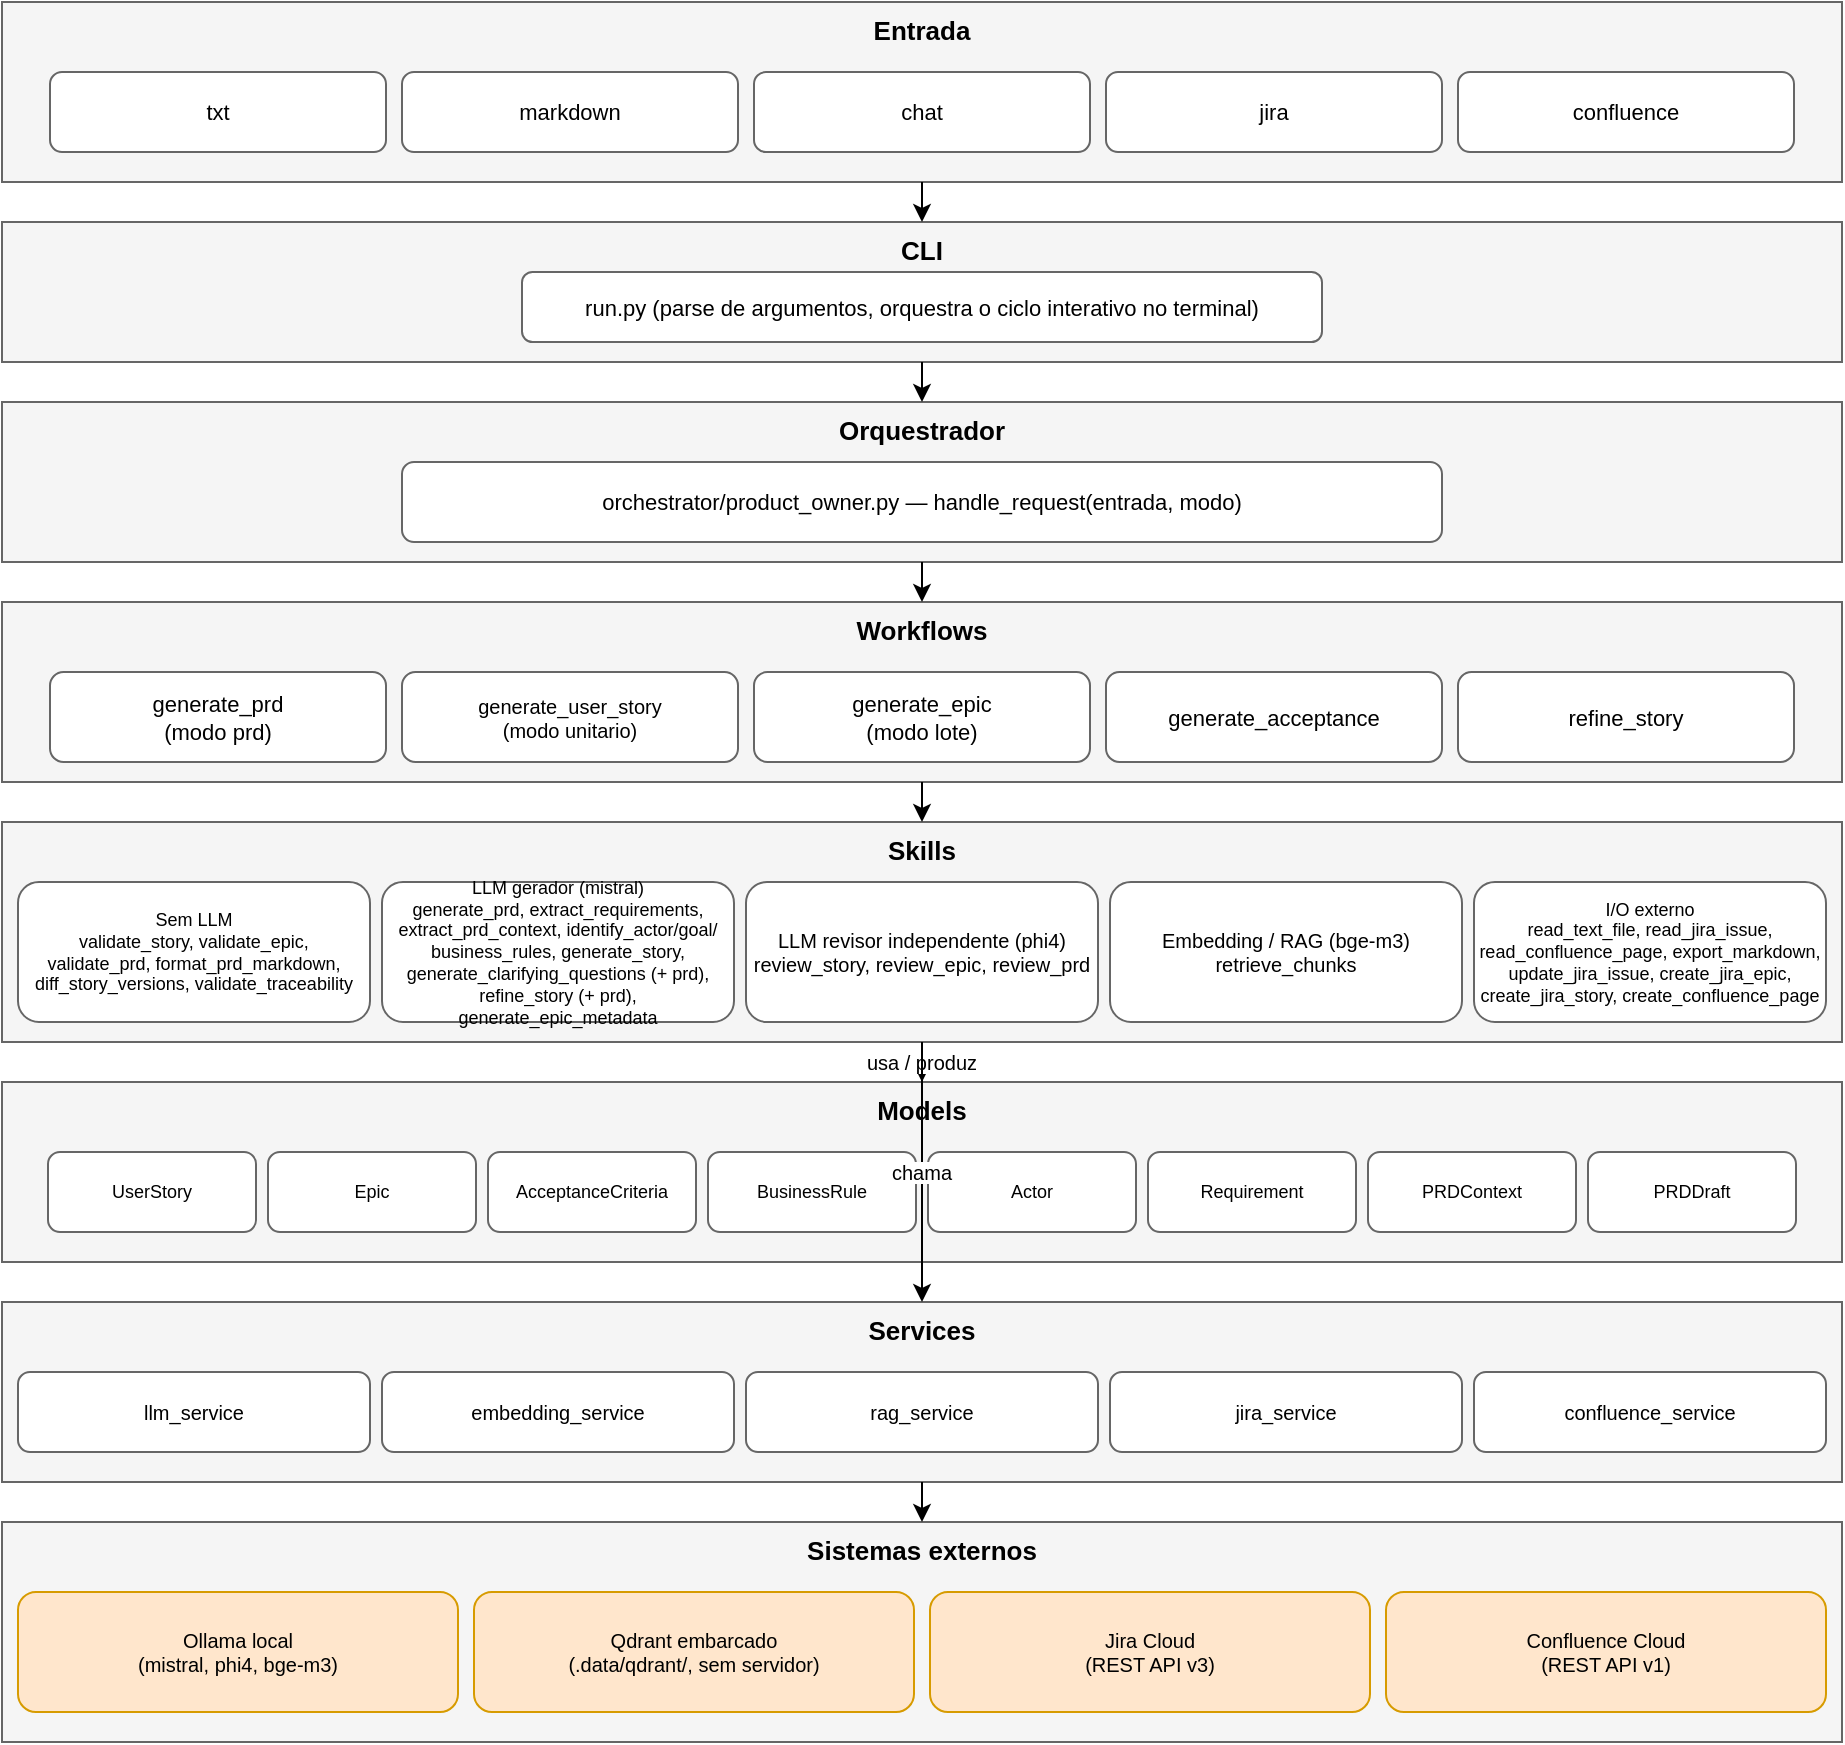
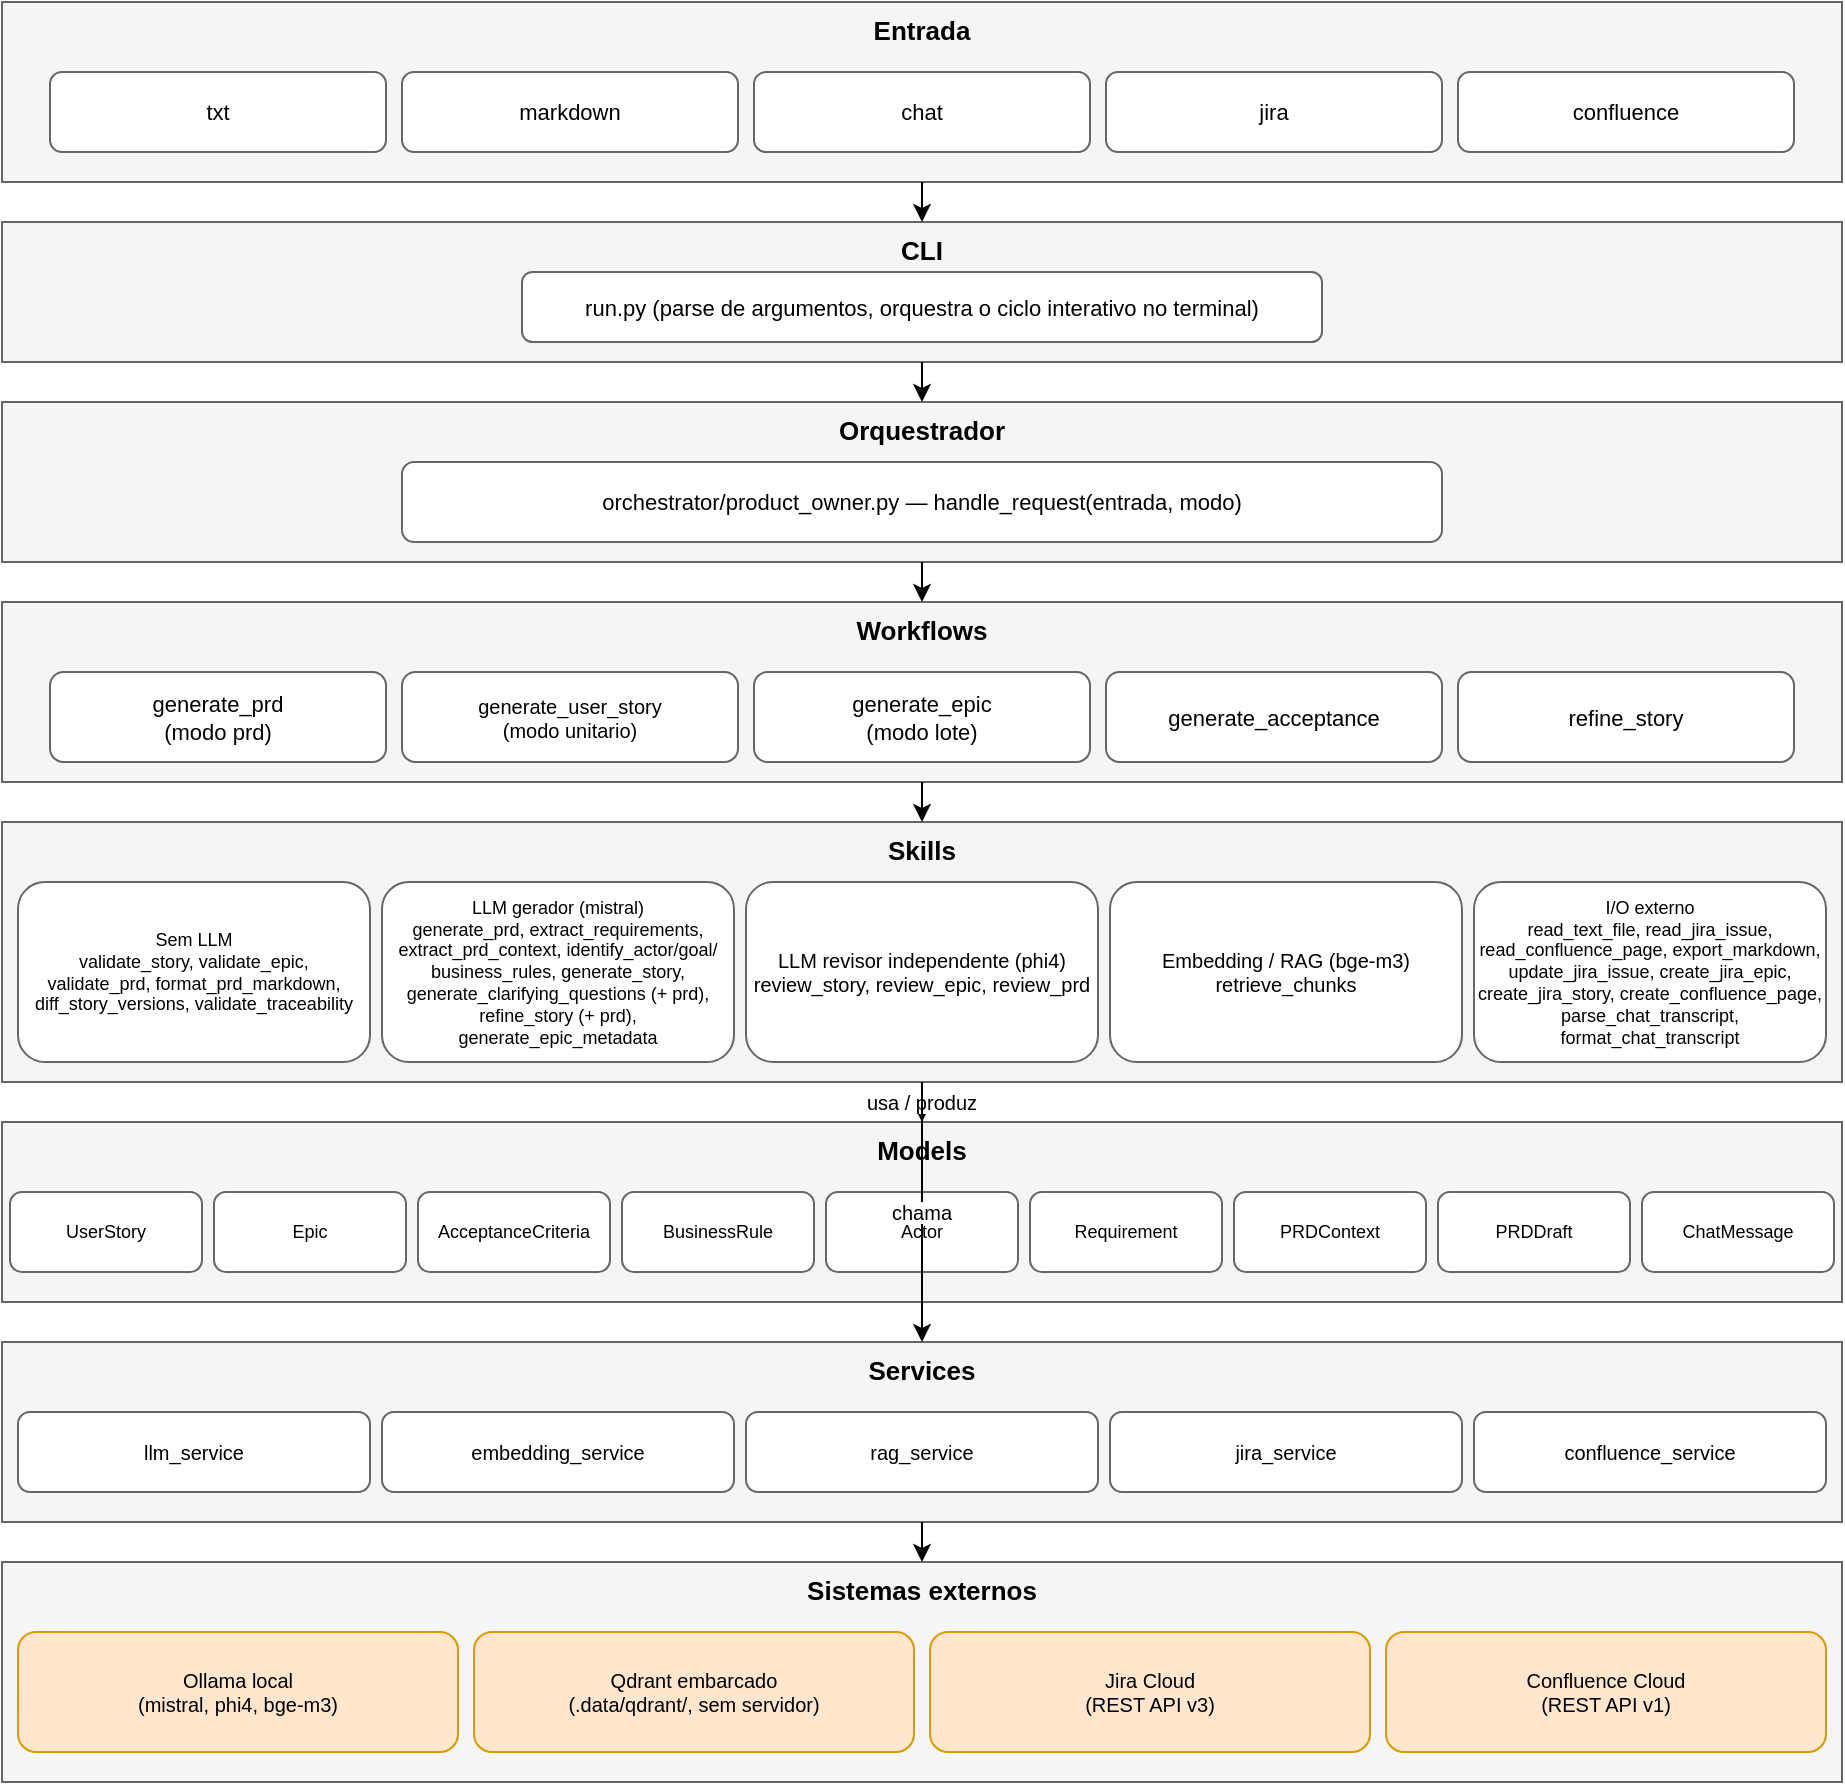
<?xml version="1.0" encoding="UTF-8"?>
<mxfile host="app.diagrams.net" agent="AQuA-QE Product Owner" version="24.0.0" type="device">
  <diagram id="camadas" name="1 - Arquitetura em camadas">
-     <mxGraphModel dx="1200" dy="800" grid="1" gridSize="10" guides="1" tooltips="1" connect="1" arrows="1" fold="1" page="1" pageScale="1" pageWidth="1000" pageHeight="950" math="0" shadow="0">
+     <mxGraphModel dx="1200" dy="800" grid="1" gridSize="10" guides="1" tooltips="1" connect="1" arrows="1" fold="1" page="1" pageScale="1" pageWidth="1000" pageHeight="970" math="0" shadow="0">
      <root>
        <mxCell id="0" />
        <mxCell id="1" parent="0" />

        <mxCell id="bandEntrada" value="Entrada" style="rounded=0;whiteSpace=wrap;fillColor=#f5f5f5;strokeColor=#666666;verticalAlign=top;fontSize=13;fontStyle=1;container=1;collapsible=0;" vertex="1" parent="1">
          <mxGeometry x="40" y="40" width="920" height="90" as="geometry" />
        </mxCell>
        <mxCell id="ent1" value="txt" style="rounded=1;whiteSpace=wrap;fillColor=#ffffff;strokeColor=#666666;fontSize=11;" vertex="1" parent="bandEntrada">
          <mxGeometry x="24" y="35" width="168" height="40" as="geometry" />
        </mxCell>
        <mxCell id="ent2" value="markdown" style="rounded=1;whiteSpace=wrap;fillColor=#ffffff;strokeColor=#666666;fontSize=11;" vertex="1" parent="bandEntrada">
          <mxGeometry x="200" y="35" width="168" height="40" as="geometry" />
        </mxCell>
        <mxCell id="ent3" value="chat" style="rounded=1;whiteSpace=wrap;fillColor=#ffffff;strokeColor=#666666;fontSize=11;" vertex="1" parent="bandEntrada">
          <mxGeometry x="376" y="35" width="168" height="40" as="geometry" />
        </mxCell>
        <mxCell id="ent4" value="jira" style="rounded=1;whiteSpace=wrap;fillColor=#ffffff;strokeColor=#666666;fontSize=11;" vertex="1" parent="bandEntrada">
          <mxGeometry x="552" y="35" width="168" height="40" as="geometry" />
        </mxCell>
        <mxCell id="ent5" value="confluence" style="rounded=1;whiteSpace=wrap;fillColor=#ffffff;strokeColor=#666666;fontSize=11;" vertex="1" parent="bandEntrada">
          <mxGeometry x="728" y="35" width="168" height="40" as="geometry" />
        </mxCell>

        <mxCell id="bandCLI" value="CLI" style="rounded=0;whiteSpace=wrap;fillColor=#f5f5f5;strokeColor=#666666;verticalAlign=top;fontSize=13;fontStyle=1;container=1;collapsible=0;" vertex="1" parent="1">
          <mxGeometry x="40" y="150" width="920" height="70" as="geometry" />
        </mxCell>
        <mxCell id="cli1" value="run.py (parse de argumentos, orquestra o ciclo interativo no terminal)" style="rounded=1;whiteSpace=wrap;fillColor=#ffffff;strokeColor=#666666;fontSize=11;" vertex="1" parent="bandCLI">
          <mxGeometry x="260" y="25" width="400" height="35" as="geometry" />
        </mxCell>

        <mxCell id="bandOrq" value="Orquestrador" style="rounded=0;whiteSpace=wrap;fillColor=#f5f5f5;strokeColor=#666666;verticalAlign=top;fontSize=13;fontStyle=1;container=1;collapsible=0;" vertex="1" parent="1">
          <mxGeometry x="40" y="240" width="920" height="80" as="geometry" />
        </mxCell>
        <mxCell id="orq1" value="orchestrator/product_owner.py — handle_request(entrada, modo)" style="rounded=1;whiteSpace=wrap;fillColor=#ffffff;strokeColor=#666666;fontSize=11;" vertex="1" parent="bandOrq">
          <mxGeometry x="200" y="30" width="520" height="40" as="geometry" />
        </mxCell>

        <mxCell id="bandWorkflows" value="Workflows" style="rounded=0;whiteSpace=wrap;fillColor=#f5f5f5;strokeColor=#666666;verticalAlign=top;fontSize=13;fontStyle=1;container=1;collapsible=0;" vertex="1" parent="1">
          <mxGeometry x="40" y="340" width="920" height="90" as="geometry" />
        </mxCell>
        <mxCell id="wf0" value="generate_prd&#10;(modo prd)" style="rounded=1;whiteSpace=wrap;fillColor=#ffffff;strokeColor=#666666;fontSize=11;" vertex="1" parent="bandWorkflows">
          <mxGeometry x="24" y="35" width="168" height="45" as="geometry" />
        </mxCell>
        <mxCell id="wf1" value="generate_user_story&#10;(modo unitario)" style="rounded=1;whiteSpace=wrap;fillColor=#ffffff;strokeColor=#666666;fontSize=10;" vertex="1" parent="bandWorkflows">
          <mxGeometry x="200" y="35" width="168" height="45" as="geometry" />
        </mxCell>
        <mxCell id="wf2" value="generate_epic&#10;(modo lote)" style="rounded=1;whiteSpace=wrap;fillColor=#ffffff;strokeColor=#666666;fontSize=11;" vertex="1" parent="bandWorkflows">
          <mxGeometry x="376" y="35" width="168" height="45" as="geometry" />
        </mxCell>
        <mxCell id="wf3" value="generate_acceptance" style="rounded=1;whiteSpace=wrap;fillColor=#ffffff;strokeColor=#666666;fontSize=11;" vertex="1" parent="bandWorkflows">
          <mxGeometry x="552" y="35" width="168" height="45" as="geometry" />
        </mxCell>
        <mxCell id="wf4" value="refine_story" style="rounded=1;whiteSpace=wrap;fillColor=#ffffff;strokeColor=#666666;fontSize=11;" vertex="1" parent="bandWorkflows">
          <mxGeometry x="728" y="35" width="168" height="45" as="geometry" />
        </mxCell>

        <mxCell id="bandSkills" value="Skills" style="rounded=0;whiteSpace=wrap;fillColor=#f5f5f5;strokeColor=#666666;verticalAlign=top;fontSize=13;fontStyle=1;container=1;collapsible=0;" vertex="1" parent="1">
-           <mxGeometry x="40" y="450" width="920" height="110" as="geometry" />
+           <mxGeometry x="40" y="450" width="920" height="130" as="geometry" />
        </mxCell>
        <mxCell id="sk1" value="Sem LLM&#10;validate_story, validate_epic,&#10;validate_prd, format_prd_markdown,&#10;diff_story_versions, validate_traceability" style="rounded=1;whiteSpace=wrap;fillColor=#ffffff;strokeColor=#666666;fontSize=9;" vertex="1" parent="bandSkills">
-           <mxGeometry x="8" y="30" width="176" height="70" as="geometry" />
+           <mxGeometry x="8" y="30" width="176" height="90" as="geometry" />
        </mxCell>
        <mxCell id="sk2" value="LLM gerador (mistral)&#10;generate_prd, extract_requirements,&#10;extract_prd_context, identify_actor/goal/&#10;business_rules, generate_story,&#10;generate_clarifying_questions (+ prd),&#10;refine_story (+ prd), generate_epic_metadata" style="rounded=1;whiteSpace=wrap;fillColor=#ffffff;strokeColor=#666666;fontSize=9;" vertex="1" parent="bandSkills">
-           <mxGeometry x="190" y="30" width="176" height="70" as="geometry" />
+           <mxGeometry x="190" y="30" width="176" height="90" as="geometry" />
        </mxCell>
        <mxCell id="sk3" value="LLM revisor independente (phi4)&#10;review_story, review_epic, review_prd" style="rounded=1;whiteSpace=wrap;fillColor=#ffffff;strokeColor=#666666;fontSize=10;" vertex="1" parent="bandSkills">
-           <mxGeometry x="372" y="30" width="176" height="70" as="geometry" />
+           <mxGeometry x="372" y="30" width="176" height="90" as="geometry" />
        </mxCell>
        <mxCell id="sk4" value="Embedding / RAG (bge-m3)&#10;retrieve_chunks" style="rounded=1;whiteSpace=wrap;fillColor=#ffffff;strokeColor=#666666;fontSize=10;" vertex="1" parent="bandSkills">
-           <mxGeometry x="554" y="30" width="176" height="70" as="geometry" />
-         </mxCell>
-         <mxCell id="sk5" value="I/O externo&#10;read_text_file, read_jira_issue,&#10;read_confluence_page, export_markdown,&#10;update_jira_issue, create_jira_epic,&#10;create_jira_story, create_confluence_page" style="rounded=1;whiteSpace=wrap;fillColor=#ffffff;strokeColor=#666666;fontSize=9;" vertex="1" parent="bandSkills">
-           <mxGeometry x="736" y="30" width="176" height="70" as="geometry" />
+           <mxGeometry x="554" y="30" width="176" height="90" as="geometry" />
+         </mxCell>
+         <mxCell id="sk5" value="I/O externo&#10;read_text_file, read_jira_issue,&#10;read_confluence_page, export_markdown,&#10;update_jira_issue, create_jira_epic,&#10;create_jira_story, create_confluence_page,&#10;parse_chat_transcript, format_chat_transcript" style="rounded=1;whiteSpace=wrap;fillColor=#ffffff;strokeColor=#666666;fontSize=9;" vertex="1" parent="bandSkills">
+           <mxGeometry x="736" y="30" width="176" height="90" as="geometry" />
        </mxCell>

        <mxCell id="bandModels" value="Models" style="rounded=0;whiteSpace=wrap;fillColor=#f5f5f5;strokeColor=#666666;verticalAlign=top;fontSize=13;fontStyle=1;container=1;collapsible=0;" vertex="1" parent="1">
-           <mxGeometry x="40" y="580" width="920" height="90" as="geometry" />
+           <mxGeometry x="40" y="600" width="920" height="90" as="geometry" />
        </mxCell>
        <mxCell id="mdl1" value="UserStory" style="rounded=1;whiteSpace=wrap;fillColor=#ffffff;strokeColor=#666666;fontSize=9;" vertex="1" parent="bandModels">
-           <mxGeometry x="23" y="35" width="104" height="40" as="geometry" />
+           <mxGeometry x="4" y="35" width="96" height="40" as="geometry" />
        </mxCell>
        <mxCell id="mdl2" value="Epic" style="rounded=1;whiteSpace=wrap;fillColor=#ffffff;strokeColor=#666666;fontSize=9;" vertex="1" parent="bandModels">
-           <mxGeometry x="133" y="35" width="104" height="40" as="geometry" />
+           <mxGeometry x="106" y="35" width="96" height="40" as="geometry" />
        </mxCell>
        <mxCell id="mdl3" value="AcceptanceCriteria" style="rounded=1;whiteSpace=wrap;fillColor=#ffffff;strokeColor=#666666;fontSize=9;" vertex="1" parent="bandModels">
-           <mxGeometry x="243" y="35" width="104" height="40" as="geometry" />
+           <mxGeometry x="208" y="35" width="96" height="40" as="geometry" />
        </mxCell>
        <mxCell id="mdl4" value="BusinessRule" style="rounded=1;whiteSpace=wrap;fillColor=#ffffff;strokeColor=#666666;fontSize=9;" vertex="1" parent="bandModels">
-           <mxGeometry x="353" y="35" width="104" height="40" as="geometry" />
+           <mxGeometry x="310" y="35" width="96" height="40" as="geometry" />
        </mxCell>
        <mxCell id="mdl5" value="Actor" style="rounded=1;whiteSpace=wrap;fillColor=#ffffff;strokeColor=#666666;fontSize=9;" vertex="1" parent="bandModels">
-           <mxGeometry x="463" y="35" width="104" height="40" as="geometry" />
+           <mxGeometry x="412" y="35" width="96" height="40" as="geometry" />
        </mxCell>
        <mxCell id="mdl6" value="Requirement" style="rounded=1;whiteSpace=wrap;fillColor=#ffffff;strokeColor=#666666;fontSize=9;" vertex="1" parent="bandModels">
-           <mxGeometry x="573" y="35" width="104" height="40" as="geometry" />
+           <mxGeometry x="514" y="35" width="96" height="40" as="geometry" />
+         </mxCell>
+         <mxCell id="mdl7" value="PRDContext" style="rounded=1;whiteSpace=wrap;fillColor=#ffffff;strokeColor=#666666;fontSize=9;" vertex="1" parent="bandModels">
+           <mxGeometry x="616" y="35" width="96" height="40" as="geometry" />
        </mxCell>
        <mxCell id="mdl8" value="PRDDraft" style="rounded=1;whiteSpace=wrap;fillColor=#ffffff;strokeColor=#666666;fontSize=9;" vertex="1" parent="bandModels">
-           <mxGeometry x="793" y="35" width="104" height="40" as="geometry" />
-         </mxCell>
-         <mxCell id="mdl7" value="PRDContext" style="rounded=1;whiteSpace=wrap;fillColor=#ffffff;strokeColor=#666666;fontSize=9;" vertex="1" parent="bandModels">
-           <mxGeometry x="683" y="35" width="104" height="40" as="geometry" />
+           <mxGeometry x="718" y="35" width="96" height="40" as="geometry" />
+         </mxCell>
+         <mxCell id="mdl9" value="ChatMessage" style="rounded=1;whiteSpace=wrap;fillColor=#ffffff;strokeColor=#666666;fontSize=9;" vertex="1" parent="bandModels">
+           <mxGeometry x="820" y="35" width="96" height="40" as="geometry" />
        </mxCell>

        <mxCell id="bandServices" value="Services" style="rounded=0;whiteSpace=wrap;fillColor=#f5f5f5;strokeColor=#666666;verticalAlign=top;fontSize=13;fontStyle=1;container=1;collapsible=0;" vertex="1" parent="1">
-           <mxGeometry x="40" y="690" width="920" height="90" as="geometry" />
+           <mxGeometry x="40" y="710" width="920" height="90" as="geometry" />
        </mxCell>
        <mxCell id="svc1" value="llm_service" style="rounded=1;whiteSpace=wrap;fillColor=#ffffff;strokeColor=#666666;fontSize=10;" vertex="1" parent="bandServices">
          <mxGeometry x="8" y="35" width="176" height="40" as="geometry" />
        </mxCell>
        <mxCell id="svc2" value="embedding_service" style="rounded=1;whiteSpace=wrap;fillColor=#ffffff;strokeColor=#666666;fontSize=10;" vertex="1" parent="bandServices">
          <mxGeometry x="190" y="35" width="176" height="40" as="geometry" />
        </mxCell>
        <mxCell id="svc3" value="rag_service" style="rounded=1;whiteSpace=wrap;fillColor=#ffffff;strokeColor=#666666;fontSize=10;" vertex="1" parent="bandServices">
          <mxGeometry x="372" y="35" width="176" height="40" as="geometry" />
        </mxCell>
        <mxCell id="svc4" value="jira_service" style="rounded=1;whiteSpace=wrap;fillColor=#ffffff;strokeColor=#666666;fontSize=10;" vertex="1" parent="bandServices">
          <mxGeometry x="554" y="35" width="176" height="40" as="geometry" />
        </mxCell>
        <mxCell id="svc5" value="confluence_service" style="rounded=1;whiteSpace=wrap;fillColor=#ffffff;strokeColor=#666666;fontSize=10;" vertex="1" parent="bandServices">
          <mxGeometry x="736" y="35" width="176" height="40" as="geometry" />
        </mxCell>

        <mxCell id="bandExternos" value="Sistemas externos" style="rounded=0;whiteSpace=wrap;fillColor=#f5f5f5;strokeColor=#666666;verticalAlign=top;fontSize=13;fontStyle=1;container=1;collapsible=0;" vertex="1" parent="1">
-           <mxGeometry x="40" y="800" width="920" height="110" as="geometry" />
+           <mxGeometry x="40" y="820" width="920" height="110" as="geometry" />
        </mxCell>
        <mxCell id="ext1" value="Ollama local&#10;(mistral, phi4, bge-m3)" style="rounded=1;whiteSpace=wrap;fillColor=#ffe6cc;strokeColor=#d79b00;fontSize=10;" vertex="1" parent="bandExternos">
          <mxGeometry x="8" y="35" width="220" height="60" as="geometry" />
        </mxCell>
        <mxCell id="ext2" value="Qdrant embarcado&#10;(.data/qdrant/, sem servidor)" style="rounded=1;whiteSpace=wrap;fillColor=#ffe6cc;strokeColor=#d79b00;fontSize=10;" vertex="1" parent="bandExternos">
          <mxGeometry x="236" y="35" width="220" height="60" as="geometry" />
        </mxCell>
        <mxCell id="ext3" value="Jira Cloud&#10;(REST API v3)" style="rounded=1;whiteSpace=wrap;fillColor=#ffe6cc;strokeColor=#d79b00;fontSize=10;" vertex="1" parent="bandExternos">
          <mxGeometry x="464" y="35" width="220" height="60" as="geometry" />
        </mxCell>
        <mxCell id="ext4" value="Confluence Cloud&#10;(REST API v1)" style="rounded=1;whiteSpace=wrap;fillColor=#ffe6cc;strokeColor=#d79b00;fontSize=10;" vertex="1" parent="bandExternos">
          <mxGeometry x="692" y="35" width="220" height="60" as="geometry" />
        </mxCell>

        <mxCell id="e1" style="edgeStyle=orthogonalEdgeStyle;rounded=0;" edge="1" parent="1" source="bandEntrada" target="bandCLI"><mxGeometry relative="1" as="geometry" /></mxCell>
        <mxCell id="e2" style="edgeStyle=orthogonalEdgeStyle;rounded=0;" edge="1" parent="1" source="bandCLI" target="bandOrq"><mxGeometry relative="1" as="geometry" /></mxCell>
        <mxCell id="e3" style="edgeStyle=orthogonalEdgeStyle;rounded=0;" edge="1" parent="1" source="bandOrq" target="bandWorkflows"><mxGeometry relative="1" as="geometry" /></mxCell>
        <mxCell id="e4" style="edgeStyle=orthogonalEdgeStyle;rounded=0;" edge="1" parent="1" source="bandWorkflows" target="bandSkills"><mxGeometry relative="1" as="geometry" /></mxCell>
        <mxCell id="e5" value="usa / produz" style="edgeStyle=orthogonalEdgeStyle;rounded=0;fontSize=10;" edge="1" parent="1" source="bandSkills" target="bandModels"><mxGeometry relative="1" as="geometry" /></mxCell>
        <mxCell id="e6" value="chama" style="edgeStyle=orthogonalEdgeStyle;rounded=0;fontSize=10;" edge="1" parent="1" source="bandSkills" target="bandServices"><mxGeometry relative="1" as="geometry" /></mxCell>
        <mxCell id="e7" style="edgeStyle=orthogonalEdgeStyle;rounded=0;" edge="1" parent="1" source="bandServices" target="bandExternos"><mxGeometry relative="1" as="geometry" /></mxCell>
      </root>
    </mxGraphModel>
  </diagram>

  <diagram id="fluxounitario" name="2 - Fluxo modo unitario">
    <mxGraphModel dx="1200" dy="800" grid="1" gridSize="10" guides="1" tooltips="1" connect="1" arrows="1" fold="1" page="1" pageScale="1" pageWidth="1100" pageHeight="1460" math="0" shadow="0">
      <root>
        <mxCell id="0" />
        <mxCell id="1" parent="0" />

        <mxCell id="u_n1" value="Entrada&#10;(.txt/.md, chat ou ticket Jira)" style="ellipse;whiteSpace=wrap;fillColor=#d5e8d4;strokeColor=#82b366;fontSize=12;" vertex="1" parent="1">
          <mxGeometry x="380" y="40" width="300" height="60" as="geometry" />
        </mxCell>
        <mxCell id="u_n2" value="read_text_file / read_jira_issue" style="rounded=1;whiteSpace=wrap;fillColor=#dae8fc;strokeColor=#6c8ebf;fontSize=12;" vertex="1" parent="1">
          <mxGeometry x="380" y="130" width="300" height="50" as="geometry" />
        </mxCell>
        <mxCell id="u_n3" value="extract_requirements" style="rounded=1;whiteSpace=wrap;fillColor=#dae8fc;strokeColor=#6c8ebf;fontSize=12;" vertex="1" parent="1">
          <mxGeometry x="380" y="210" width="300" height="50" as="geometry" />
        </mxCell>
        <mxCell id="u_n4" value="retrieve_chunks (opcional)&#10;RAG sobre knowledge/methodology/" style="rounded=1;whiteSpace=wrap;fillColor=#f5f5f5;strokeColor=#666666;dashed=1;fontSize=11;" vertex="1" parent="1">
          <mxGeometry x="380" y="290" width="300" height="50" as="geometry" />
        </mxCell>
        <mxCell id="u_n5" value="identify_actor / identify_goal /&#10;identify_business_rules" style="rounded=1;whiteSpace=wrap;fillColor=#dae8fc;strokeColor=#6c8ebf;fontSize=12;" vertex="1" parent="1">
          <mxGeometry x="380" y="370" width="300" height="60" as="geometry" />
        </mxCell>
        <mxCell id="u_n6" value="generate_story (LLM gerador - mistral)" style="rounded=1;whiteSpace=wrap;fillColor=#dae8fc;strokeColor=#6c8ebf;fontSize=12;" vertex="1" parent="1">
          <mxGeometry x="380" y="460" width="300" height="50" as="geometry" />
        </mxCell>
        <mxCell id="u_d1" value="validate_story:&#10;passa no checklist&#10;INVEST/DoR?" style="rhombus;whiteSpace=wrap;fillColor=#ffe6cc;strokeColor=#d79b00;fontSize=12;" vertex="1" parent="1">
          <mxGeometry x="380" y="540" width="300" height="100" as="geometry" />
        </mxCell>
        <mxCell id="u_b1" value="PENDING_CLARIFICATION&#10;(RULE-004): agente para e pede&#10;esclarecimento ao usuario" style="rounded=1;whiteSpace=wrap;fillColor=#f8cecc;strokeColor=#b85450;dashed=1;fontSize=11;" vertex="1" parent="1">
          <mxGeometry x="760" y="555" width="280" height="70" as="geometry" />
        </mxCell>
        <mxCell id="u_n7" value="review_story (LLM revisor - phi4)" style="rounded=1;whiteSpace=wrap;fillColor=#dae8fc;strokeColor=#6c8ebf;fontSize=12;" vertex="1" parent="1">
          <mxGeometry x="380" y="670" width="300" height="50" as="geometry" />
        </mxCell>
        <mxCell id="u_d2" value="Aprovado pelo&#10;revisor independente?" style="rhombus;whiteSpace=wrap;fillColor=#ffe6cc;strokeColor=#d79b00;fontSize=12;" vertex="1" parent="1">
          <mxGeometry x="380" y="750" width="300" height="100" as="geometry" />
        </mxCell>
        <mxCell id="u_b2" value="Ver Diagrama 4:&#10;Ciclo de refinamento&#10;humano-no-loop" style="shape=process;whiteSpace=wrap;fillColor=#fff2cc;strokeColor=#d6b656;fontSize=11;" vertex="1" parent="1">
          <mxGeometry x="760" y="765" width="280" height="70" as="geometry" />
        </mxCell>
        <mxCell id="u_n8" value="export_markdown&#10;(status: draft_validated)" style="rounded=1;whiteSpace=wrap;fillColor=#dae8fc;strokeColor=#6c8ebf;fontSize=12;" vertex="1" parent="1">
          <mxGeometry x="380" y="880" width="300" height="50" as="geometry" />
        </mxCell>
        <mxCell id="u_d3" value="Aceite humano&#10;explicito?" style="rhombus;whiteSpace=wrap;fillColor=#ffe6cc;strokeColor=#d79b00;fontSize=12;" vertex="1" parent="1">
          <mxGeometry x="380" y="960" width="300" height="100" as="geometry" />
        </mxCell>
        <mxCell id="u_b3" value="Nao aceito:&#10;permanece draft_validated&#10;(aguardando novo ciclo)" style="rounded=1;whiteSpace=wrap;fillColor=#f8cecc;strokeColor=#b85450;dashed=1;fontSize=11;" vertex="1" parent="1">
          <mxGeometry x="760" y="975" width="280" height="70" as="geometry" />
        </mxCell>
        <mxCell id="u_n9" value="status: ACCEPTED" style="rounded=1;whiteSpace=wrap;fillColor=#d5e8d4;strokeColor=#82b366;fontSize=12;fontStyle=1;" vertex="1" parent="1">
          <mxGeometry x="380" y="1090" width="300" height="50" as="geometry" />
        </mxCell>
        <mxCell id="u_d4" value="Origem era um&#10;ticket Jira?" style="rhombus;whiteSpace=wrap;fillColor=#ffe6cc;strokeColor=#d79b00;fontSize=12;" vertex="1" parent="1">
          <mxGeometry x="380" y="1170" width="300" height="100" as="geometry" />
        </mxCell>
        <mxCell id="u_n10" value="update_jira_issue&#10;(write-back no ticket, sob confirmacao)" style="rounded=1;whiteSpace=wrap;fillColor=#dae8fc;strokeColor=#6c8ebf;fontSize=12;" vertex="1" parent="1">
          <mxGeometry x="380" y="1300" width="300" height="50" as="geometry" />
        </mxCell>
        <mxCell id="u_end" value="Fim" style="ellipse;whiteSpace=wrap;fillColor=#d5e8d4;strokeColor=#82b366;fontSize=12;" vertex="1" parent="1">
          <mxGeometry x="380" y="1390" width="300" height="50" as="geometry" />
        </mxCell>

        <mxCell id="ue1" style="edgeStyle=orthogonalEdgeStyle;rounded=0;" edge="1" parent="1" source="u_n1" target="u_n2"><mxGeometry relative="1" as="geometry" /></mxCell>
        <mxCell id="ue2" style="edgeStyle=orthogonalEdgeStyle;rounded=0;" edge="1" parent="1" source="u_n2" target="u_n3"><mxGeometry relative="1" as="geometry" /></mxCell>
        <mxCell id="ue3" style="edgeStyle=orthogonalEdgeStyle;rounded=0;" edge="1" parent="1" source="u_n3" target="u_n4"><mxGeometry relative="1" as="geometry" /></mxCell>
        <mxCell id="ue4" style="edgeStyle=orthogonalEdgeStyle;rounded=0;" edge="1" parent="1" source="u_n4" target="u_n5"><mxGeometry relative="1" as="geometry" /></mxCell>
        <mxCell id="ue5" style="edgeStyle=orthogonalEdgeStyle;rounded=0;" edge="1" parent="1" source="u_n5" target="u_n6"><mxGeometry relative="1" as="geometry" /></mxCell>
        <mxCell id="ue6" style="edgeStyle=orthogonalEdgeStyle;rounded=0;" edge="1" parent="1" source="u_n6" target="u_d1"><mxGeometry relative="1" as="geometry" /></mxCell>
        <mxCell id="ue7" value="Nao" style="edgeStyle=orthogonalEdgeStyle;rounded=0;fontSize=11;" edge="1" parent="1" source="u_d1" target="u_b1"><mxGeometry relative="1" as="geometry" /></mxCell>
        <mxCell id="ue8" value="Sim" style="edgeStyle=orthogonalEdgeStyle;rounded=0;fontSize=11;" edge="1" parent="1" source="u_d1" target="u_n7"><mxGeometry relative="1" as="geometry" /></mxCell>
        <mxCell id="ue9" style="edgeStyle=orthogonalEdgeStyle;rounded=0;" edge="1" parent="1" source="u_n7" target="u_d2"><mxGeometry relative="1" as="geometry" /></mxCell>
        <mxCell id="ue10" value="Nao" style="edgeStyle=orthogonalEdgeStyle;rounded=0;fontSize=11;" edge="1" parent="1" source="u_d2" target="u_b2"><mxGeometry relative="1" as="geometry" /></mxCell>
        <mxCell id="ue11" value="Sim" style="edgeStyle=orthogonalEdgeStyle;rounded=0;fontSize=11;" edge="1" parent="1" source="u_d2" target="u_n8"><mxGeometry relative="1" as="geometry" /></mxCell>
        <mxCell id="ue12" value="story refinada&#10;(revalidar)" style="edgeStyle=orthogonalEdgeStyle;rounded=0;fontSize=10;exitX=1;exitY=0;entryX=1;entryY=0.5;" edge="1" parent="1" source="u_b2" target="u_d1"><mxGeometry relative="1" as="geometry" /></mxCell>
        <mxCell id="ue13" style="edgeStyle=orthogonalEdgeStyle;rounded=0;" edge="1" parent="1" source="u_n8" target="u_d3"><mxGeometry relative="1" as="geometry" /></mxCell>
        <mxCell id="ue14" value="Nao" style="edgeStyle=orthogonalEdgeStyle;rounded=0;fontSize=11;" edge="1" parent="1" source="u_d3" target="u_b3"><mxGeometry relative="1" as="geometry" /></mxCell>
        <mxCell id="ue15" value="Sim" style="edgeStyle=orthogonalEdgeStyle;rounded=0;fontSize=11;" edge="1" parent="1" source="u_d3" target="u_n9"><mxGeometry relative="1" as="geometry" /></mxCell>
        <mxCell id="ue16" style="edgeStyle=orthogonalEdgeStyle;rounded=0;" edge="1" parent="1" source="u_n9" target="u_d4"><mxGeometry relative="1" as="geometry" /></mxCell>
        <mxCell id="ue17" value="Sim" style="edgeStyle=orthogonalEdgeStyle;rounded=0;fontSize=11;" edge="1" parent="1" source="u_d4" target="u_n10"><mxGeometry relative="1" as="geometry" /></mxCell>
        <mxCell id="ue18" value="Nao" style="edgeStyle=orthogonalEdgeStyle;rounded=0;fontSize=11;exitX=0;exitY=0.5;entryX=0;entryY=0.5;" edge="1" parent="1" source="u_d4" target="u_end"><mxGeometry relative="1" as="geometry" /></mxCell>
        <mxCell id="ue19" style="edgeStyle=orthogonalEdgeStyle;rounded=0;" edge="1" parent="1" source="u_n10" target="u_end"><mxGeometry relative="1" as="geometry" /></mxCell>
      </root>
    </mxGraphModel>
  </diagram>

  <diagram id="fluxoepico" name="3 - Fluxo modo lote (Epico)">
    <mxGraphModel dx="1200" dy="800" grid="1" gridSize="10" guides="1" tooltips="1" connect="1" arrows="1" fold="1" page="1" pageScale="1" pageWidth="1150" pageHeight="2070" math="0" shadow="0">
      <root>
        <mxCell id="0" />
        <mxCell id="1" parent="0" />

        <mxCell id="e_n1" value="Entrada completa&#10;(.txt/.md ou pagina Confluence)" style="ellipse;whiteSpace=wrap;fillColor=#d5e8d4;strokeColor=#82b366;fontSize=12;" vertex="1" parent="1">
          <mxGeometry x="380" y="40" width="340" height="60" as="geometry" />
        </mxCell>
        <mxCell id="e_n2" value="read_text_file / read_confluence_page" style="rounded=1;whiteSpace=wrap;fillColor=#dae8fc;strokeColor=#6c8ebf;fontSize=12;" vertex="1" parent="1">
          <mxGeometry x="380" y="130" width="340" height="50" as="geometry" />
        </mxCell>
        <mxCell id="e_n3" value="extract_requirements&#10;(lista de requisitos candidatos)" style="rounded=1;whiteSpace=wrap;fillColor=#dae8fc;strokeColor=#6c8ebf;fontSize=12;" vertex="1" parent="1">
          <mxGeometry x="380" y="210" width="340" height="50" as="geometry" />
        </mxCell>
        <mxCell id="e_n3b" value="extract_prd_context&#10;(visao, requisitos nao funcionais, riscos,&#10;criterios de sucesso, restricoes, dependencias)" style="rounded=1;whiteSpace=wrap;fillColor=#dae8fc;strokeColor=#6c8ebf;fontSize=11;" vertex="1" parent="1">
          <mxGeometry x="380" y="290" width="340" height="60" as="geometry" />
        </mxCell>
        <mxCell id="e_n3c" value="identify_epic_groups&#10;(agrupa requisitos por coerencia tematica --&#10;1 grupo se coeso, N se cobrir frentes distintas)" style="rounded=1;whiteSpace=wrap;fillColor=#dae8fc;strokeColor=#6c8ebf;fontSize=11;" vertex="1" parent="1">
          <mxGeometry x="380" y="380" width="340" height="60" as="geometry" />
        </mxCell>
        <mxCell id="e_n4" value="Por grupo: generate_epic_metadata&#10;(texto + requisitos do grupo -- SEM stories ainda)" style="rounded=1;whiteSpace=wrap;fillColor=#dae8fc;strokeColor=#6c8ebf;fontSize=11;" vertex="1" parent="1">
          <mxGeometry x="380" y="470" width="340" height="50" as="geometry" />
        </mxCell>
        <mxCell id="e_n5" value="validate_epic (checklist Python puro)" style="rounded=1;whiteSpace=wrap;fillColor=#dae8fc;strokeColor=#6c8ebf;fontSize=12;" vertex="1" parent="1">
          <mxGeometry x="380" y="550" width="340" height="50" as="geometry" />
        </mxCell>
        <mxCell id="e_d0" value="Continuar e gerar as User Stories&#10;d{estes N Epicos / este Epico}?" style="rhombus;whiteSpace=wrap;fillColor=#ffe6cc;strokeColor=#d79b00;fontSize=12;fontStyle=1;" vertex="1" parent="1">
          <mxGeometry x="380" y="630" width="340" height="100" as="geometry" />
        </mxCell>
        <mxCell id="e_bstop" value="Execucao interrompida:&#10;nenhuma User Story foi gerada" style="rounded=1;whiteSpace=wrap;fillColor=#f8cecc;strokeColor=#b85450;dashed=1;fontSize=11;" vertex="1" parent="1">
          <mxGeometry x="800" y="650" width="300" height="60" as="geometry" />
        </mxCell>
        <mxCell id="e_note1" value="Por Epico, para cada requisito do seu grupo:" style="text;align=center;fontStyle=2;fontSize=11;" vertex="1" parent="1">
          <mxGeometry x="380" y="760" width="340" height="30" as="geometry" />
        </mxCell>
        <mxCell id="e_n6" value="identify_actor / identify_goal /&#10;identify_business_rules" style="rounded=1;whiteSpace=wrap;fillColor=#dae8fc;strokeColor=#6c8ebf;fontSize=12;" vertex="1" parent="1">
          <mxGeometry x="380" y="800" width="340" height="60" as="geometry" />
        </mxCell>
        <mxCell id="e_d1" value="Ator e objetivo&#10;identificados com confianca?" style="rhombus;whiteSpace=wrap;fillColor=#ffe6cc;strokeColor=#d79b00;fontSize=12;" vertex="1" parent="1">
          <mxGeometry x="380" y="880" width="340" height="100" as="geometry" />
        </mxCell>
        <mxCell id="e_n7" value="Nao: unresolved_items += item&#10;(nao trava o restante do lote)" style="rounded=1;whiteSpace=wrap;fillColor=#f8cecc;strokeColor=#b85450;dashed=1;fontSize=11;" vertex="1" parent="1">
          <mxGeometry x="800" y="900" width="300" height="60" as="geometry" />
        </mxCell>
        <mxCell id="e_n8" value="Sim: gera a story completa&#10;(mesmo pipeline do Diagrama 2:&#10;generate_story -&gt; validate_story -&gt; review_story)" style="shape=process;whiteSpace=wrap;fillColor=#fff2cc;strokeColor=#d6b656;fontSize=11;" vertex="1" parent="1">
          <mxGeometry x="380" y="1000" width="340" height="70" as="geometry" />
        </mxCell>
        <mxCell id="e_n9" value="story draft_validated adicionada&#10;a epic.stories" style="rounded=1;whiteSpace=wrap;fillColor=#dae8fc;strokeColor=#6c8ebf;fontSize=12;" vertex="1" parent="1">
          <mxGeometry x="380" y="1090" width="340" height="50" as="geometry" />
        </mxCell>
        <mxCell id="e_n10" value="validate_traceability:&#10;stories_duplicadas, stories_sem_valor,&#10;requisitos_orfaos" style="rounded=1;whiteSpace=wrap;fillColor=#dae8fc;strokeColor=#6c8ebf;fontSize=12;" vertex="1" parent="1">
          <mxGeometry x="380" y="1180" width="340" height="60" as="geometry" />
        </mxCell>
        <mxCell id="e_n11" value="review_epic (LLM revisor - phi4,&#10;agora com as stories existentes)" style="rounded=1;whiteSpace=wrap;fillColor=#dae8fc;strokeColor=#6c8ebf;fontSize=12;" vertex="1" parent="1">
          <mxGeometry x="380" y="1270" width="340" height="60" as="geometry" />
        </mxCell>
        <mxCell id="e_n12" value="Refinamento por story&#10;(ver Diagrama 4, por story reprovada)" style="shape=process;whiteSpace=wrap;fillColor=#fff2cc;strokeColor=#d6b656;fontSize=11;" vertex="1" parent="1">
          <mxGeometry x="380" y="1360" width="340" height="60" as="geometry" />
        </mxCell>
        <mxCell id="e_d2" value="Aceite humano&#10;explicito do Epico?" style="rhombus;whiteSpace=wrap;fillColor=#ffe6cc;strokeColor=#d79b00;fontSize=12;" vertex="1" parent="1">
          <mxGeometry x="380" y="1450" width="340" height="100" as="geometry" />
        </mxCell>
        <mxCell id="e_bno" value="Permanece draft_validated /&#10;pending_clarification" style="rounded=1;whiteSpace=wrap;fillColor=#f8cecc;strokeColor=#b85450;dashed=1;fontSize=11;" vertex="1" parent="1">
          <mxGeometry x="800" y="1470" width="300" height="60" as="geometry" />
        </mxCell>
        <mxCell id="e_n13" value="status Epico: ACCEPTED" style="rounded=1;whiteSpace=wrap;fillColor=#d5e8d4;strokeColor=#82b366;fontSize=12;fontStyle=1;" vertex="1" parent="1">
          <mxGeometry x="380" y="1580" width="340" height="50" as="geometry" />
        </mxCell>
        <mxCell id="e_d3" value="Usuario pediu&#10;--criar-jira?" style="rhombus;whiteSpace=wrap;fillColor=#ffe6cc;strokeColor=#d79b00;fontSize=12;" vertex="1" parent="1">
          <mxGeometry x="380" y="1660" width="340" height="100" as="geometry" />
        </mxCell>
        <mxCell id="e_n14" value="create_jira_epic -&gt; cria ticket Epico" style="rounded=1;whiteSpace=wrap;fillColor=#dae8fc;strokeColor=#6c8ebf;fontSize=12;" vertex="1" parent="1">
          <mxGeometry x="380" y="1790" width="340" height="50" as="geometry" />
        </mxCell>
        <mxCell id="e_n15" value="create_jira_story (para cada story)&#10;-&gt; cria tickets filhos" style="rounded=1;whiteSpace=wrap;fillColor=#dae8fc;strokeColor=#6c8ebf;fontSize=12;" vertex="1" parent="1">
          <mxGeometry x="380" y="1870" width="340" height="50" as="geometry" />
        </mxCell>
        <mxCell id="e_end" value="Fim" style="ellipse;whiteSpace=wrap;fillColor=#d5e8d4;strokeColor=#82b366;fontSize=12;" vertex="1" parent="1">
          <mxGeometry x="380" y="1950" width="340" height="50" as="geometry" />
        </mxCell>

        <mxCell id="ee1" style="edgeStyle=orthogonalEdgeStyle;rounded=0;" edge="1" parent="1" source="e_n1" target="e_n2"><mxGeometry relative="1" as="geometry" /></mxCell>
        <mxCell id="ee2" style="edgeStyle=orthogonalEdgeStyle;rounded=0;" edge="1" parent="1" source="e_n2" target="e_n3"><mxGeometry relative="1" as="geometry" /></mxCell>
        <mxCell id="ee2b" style="edgeStyle=orthogonalEdgeStyle;rounded=0;" edge="1" parent="1" source="e_n3" target="e_n3b"><mxGeometry relative="1" as="geometry" /></mxCell>
        <mxCell id="ee2c" style="edgeStyle=orthogonalEdgeStyle;rounded=0;" edge="1" parent="1" source="e_n3b" target="e_n3c"><mxGeometry relative="1" as="geometry" /></mxCell>
        <mxCell id="ee3" style="edgeStyle=orthogonalEdgeStyle;rounded=0;" edge="1" parent="1" source="e_n3c" target="e_n4"><mxGeometry relative="1" as="geometry" /></mxCell>
        <mxCell id="ee4" style="edgeStyle=orthogonalEdgeStyle;rounded=0;" edge="1" parent="1" source="e_n4" target="e_n5"><mxGeometry relative="1" as="geometry" /></mxCell>
        <mxCell id="ee5" style="edgeStyle=orthogonalEdgeStyle;rounded=0;" edge="1" parent="1" source="e_n5" target="e_d0"><mxGeometry relative="1" as="geometry" /></mxCell>
        <mxCell id="ee6" value="Nao" style="edgeStyle=orthogonalEdgeStyle;rounded=0;fontSize=11;" edge="1" parent="1" source="e_d0" target="e_bstop"><mxGeometry relative="1" as="geometry" /></mxCell>
        <mxCell id="ee7" value="Sim" style="edgeStyle=orthogonalEdgeStyle;rounded=0;fontSize=11;" edge="1" parent="1" source="e_d0" target="e_note1"><mxGeometry relative="1" as="geometry" /></mxCell>
        <mxCell id="ee8" style="edgeStyle=orthogonalEdgeStyle;rounded=0;" edge="1" parent="1" source="e_note1" target="e_n6"><mxGeometry relative="1" as="geometry" /></mxCell>
        <mxCell id="ee9" style="edgeStyle=orthogonalEdgeStyle;rounded=0;" edge="1" parent="1" source="e_n6" target="e_d1"><mxGeometry relative="1" as="geometry" /></mxCell>
        <mxCell id="ee10" value="Nao" style="edgeStyle=orthogonalEdgeStyle;rounded=0;fontSize=11;" edge="1" parent="1" source="e_d1" target="e_n7"><mxGeometry relative="1" as="geometry" /></mxCell>
        <mxCell id="ee11" value="Sim" style="edgeStyle=orthogonalEdgeStyle;rounded=0;fontSize=11;" edge="1" parent="1" source="e_d1" target="e_n8"><mxGeometry relative="1" as="geometry" /></mxCell>
        <mxCell id="ee12" style="edgeStyle=orthogonalEdgeStyle;rounded=0;" edge="1" parent="1" source="e_n8" target="e_n9"><mxGeometry relative="1" as="geometry" /></mxCell>
        <mxCell id="ee13" value="proximo requisito" style="edgeStyle=orthogonalEdgeStyle;rounded=0;fontSize=10;exitX=0;exitY=0;entryX=0;entryY=0.5;dashed=1;" edge="1" parent="1" source="e_n9" target="e_note1"><mxGeometry relative="1" as="geometry" /></mxCell>
        <mxCell id="ee14" value="todos requisitos processados" style="edgeStyle=orthogonalEdgeStyle;rounded=0;fontSize=10;" edge="1" parent="1" source="e_n9" target="e_n10"><mxGeometry relative="1" as="geometry" /></mxCell>
        <mxCell id="ee15" style="edgeStyle=orthogonalEdgeStyle;rounded=0;" edge="1" parent="1" source="e_n10" target="e_n11"><mxGeometry relative="1" as="geometry" /></mxCell>
        <mxCell id="ee16" style="edgeStyle=orthogonalEdgeStyle;rounded=0;" edge="1" parent="1" source="e_n11" target="e_n12"><mxGeometry relative="1" as="geometry" /></mxCell>
        <mxCell id="ee17" style="edgeStyle=orthogonalEdgeStyle;rounded=0;" edge="1" parent="1" source="e_n12" target="e_d2"><mxGeometry relative="1" as="geometry" /></mxCell>
        <mxCell id="ee18" value="Nao" style="edgeStyle=orthogonalEdgeStyle;rounded=0;fontSize=11;" edge="1" parent="1" source="e_d2" target="e_bno"><mxGeometry relative="1" as="geometry" /></mxCell>
        <mxCell id="ee19" value="Sim" style="edgeStyle=orthogonalEdgeStyle;rounded=0;fontSize=11;" edge="1" parent="1" source="e_d2" target="e_n13"><mxGeometry relative="1" as="geometry" /></mxCell>
        <mxCell id="ee20" style="edgeStyle=orthogonalEdgeStyle;rounded=0;" edge="1" parent="1" source="e_n13" target="e_d3"><mxGeometry relative="1" as="geometry" /></mxCell>
        <mxCell id="ee21" value="Sim" style="edgeStyle=orthogonalEdgeStyle;rounded=0;fontSize=11;" edge="1" parent="1" source="e_d3" target="e_n14"><mxGeometry relative="1" as="geometry" /></mxCell>
        <mxCell id="ee22" value="Nao" style="edgeStyle=orthogonalEdgeStyle;rounded=0;fontSize=11;exitX=0;exitY=0.5;entryX=0;entryY=0.5;" edge="1" parent="1" source="e_d3" target="e_end"><mxGeometry relative="1" as="geometry" /></mxCell>
        <mxCell id="ee23" style="edgeStyle=orthogonalEdgeStyle;rounded=0;" edge="1" parent="1" source="e_n14" target="e_n15"><mxGeometry relative="1" as="geometry" /></mxCell>
        <mxCell id="ee24" style="edgeStyle=orthogonalEdgeStyle;rounded=0;" edge="1" parent="1" source="e_n15" target="e_end"><mxGeometry relative="1" as="geometry" /></mxCell>
      </root>
    </mxGraphModel>
  </diagram>

  <diagram id="refinamento" name="4 - Ciclo de refinamento humano-no-loop">
    <mxGraphModel dx="1200" dy="800" grid="1" gridSize="10" guides="1" tooltips="1" connect="1" arrows="1" fold="1" page="1" pageScale="1" pageWidth="1000" pageHeight="1200" math="0" shadow="0">
      <root>
        <mxCell id="0" />
        <mxCell id="1" parent="0" />

        <mxCell id="r_n1" value="review_story / review_epic reprova" style="ellipse;whiteSpace=wrap;fillColor=#d5e8d4;strokeColor=#82b366;fontSize=12;" vertex="1" parent="1">
          <mxGeometry x="380" y="40" width="320" height="50" as="geometry" />
        </mxCell>
        <mxCell id="r_n2" value="review_notes: apontamentos concretos&#10;(ex.: criterio nao cobre caso de erro X)" style="rounded=1;whiteSpace=wrap;fillColor=#dae8fc;strokeColor=#6c8ebf;fontSize=12;" vertex="1" parent="1">
          <mxGeometry x="380" y="120" width="320" height="50" as="geometry" />
        </mxCell>
        <mxCell id="r_n3" value="generate_clarifying_questions&#10;(LLM gerador - mistral)" style="rounded=1;whiteSpace=wrap;fillColor=#dae8fc;strokeColor=#6c8ebf;fontSize=12;" vertex="1" parent="1">
          <mxGeometry x="380" y="200" width="320" height="50" as="geometry" />
        </mxCell>
        <mxCell id="r_n4" value="Perguntas apresentadas no terminal&#10;(run.py --refinar)" style="rounded=1;whiteSpace=wrap;fillColor=#dae8fc;strokeColor=#6c8ebf;fontSize=12;" vertex="1" parent="1">
          <mxGeometry x="380" y="280" width="320" height="50" as="geometry" />
        </mxCell>
        <mxCell id="r_n5" value="Humano responde&#10;(contexto real - nao o LLM&#10;adivinhando sozinho)" style="rounded=1;whiteSpace=wrap;fillColor=#fff2cc;strokeColor=#d6b656;fontSize=12;fontStyle=1;" vertex="1" parent="1">
          <mxGeometry x="380" y="360" width="320" height="60" as="geometry" />
        </mxCell>
        <mxCell id="r_n6" value="refine_story: reescreve description,&#10;business_rules e acceptance_criteria" style="rounded=1;whiteSpace=wrap;fillColor=#dae8fc;strokeColor=#6c8ebf;fontSize=12;" vertex="1" parent="1">
          <mxGeometry x="380" y="450" width="320" height="50" as="geometry" />
        </mxCell>
        <mxCell id="r_n7" value="Revalida: validate_story + review_story" style="rounded=1;whiteSpace=wrap;fillColor=#dae8fc;strokeColor=#6c8ebf;fontSize=12;" vertex="1" parent="1">
          <mxGeometry x="380" y="530" width="320" height="50" as="geometry" />
        </mxCell>
        <mxCell id="r_d1" value="Aprovado&#10;agora?" style="rhombus;whiteSpace=wrap;fillColor=#ffe6cc;strokeColor=#d79b00;fontSize=12;" vertex="1" parent="1">
          <mxGeometry x="380" y="610" width="320" height="100" as="geometry" />
        </mxCell>
        <mxCell id="r_n8" value="Aceite humano explicito&#10;(status -&gt; ACCEPTED)" style="rounded=1;whiteSpace=wrap;fillColor=#d5e8d4;strokeColor=#82b366;fontSize=12;fontStyle=1;" vertex="1" parent="1">
          <mxGeometry x="380" y="740" width="320" height="50" as="geometry" />
        </mxCell>
        <mxCell id="r_n9" value="diff_story_versions:&#10;changelog (regras/criterios novos&#10;vs. descontinuados)" style="rounded=1;whiteSpace=wrap;fillColor=#dae8fc;strokeColor=#6c8ebf;fontSize=12;" vertex="1" parent="1">
          <mxGeometry x="380" y="820" width="320" height="60" as="geometry" />
        </mxCell>
        <mxCell id="r_d2" value="Origem era&#10;ticket Jira?" style="rhombus;whiteSpace=wrap;fillColor=#ffe6cc;strokeColor=#d79b00;fontSize=12;" vertex="1" parent="1">
          <mxGeometry x="380" y="910" width="320" height="100" as="geometry" />
        </mxCell>
        <mxCell id="r_n10" value="Pergunta se persiste no ticket&#10;-&gt; update_jira_issue" style="rounded=1;whiteSpace=wrap;fillColor=#dae8fc;strokeColor=#6c8ebf;fontSize=12;" vertex="1" parent="1">
          <mxGeometry x="380" y="1040" width="320" height="60" as="geometry" />
        </mxCell>
        <mxCell id="r_end" value="Fim" style="ellipse;whiteSpace=wrap;fillColor=#d5e8d4;strokeColor=#82b366;fontSize=12;" vertex="1" parent="1">
          <mxGeometry x="380" y="1130" width="320" height="50" as="geometry" />
        </mxCell>

        <mxCell id="re1" style="edgeStyle=orthogonalEdgeStyle;rounded=0;" edge="1" parent="1" source="r_n1" target="r_n2"><mxGeometry relative="1" as="geometry" /></mxCell>
        <mxCell id="re2" style="edgeStyle=orthogonalEdgeStyle;rounded=0;" edge="1" parent="1" source="r_n2" target="r_n3"><mxGeometry relative="1" as="geometry" /></mxCell>
        <mxCell id="re3" style="edgeStyle=orthogonalEdgeStyle;rounded=0;" edge="1" parent="1" source="r_n3" target="r_n4"><mxGeometry relative="1" as="geometry" /></mxCell>
        <mxCell id="re4" style="edgeStyle=orthogonalEdgeStyle;rounded=0;" edge="1" parent="1" source="r_n4" target="r_n5"><mxGeometry relative="1" as="geometry" /></mxCell>
        <mxCell id="re5" style="edgeStyle=orthogonalEdgeStyle;rounded=0;" edge="1" parent="1" source="r_n5" target="r_n6"><mxGeometry relative="1" as="geometry" /></mxCell>
        <mxCell id="re6" style="edgeStyle=orthogonalEdgeStyle;rounded=0;" edge="1" parent="1" source="r_n6" target="r_n7"><mxGeometry relative="1" as="geometry" /></mxCell>
        <mxCell id="re7" style="edgeStyle=orthogonalEdgeStyle;rounded=0;" edge="1" parent="1" source="r_n7" target="r_d1"><mxGeometry relative="1" as="geometry" /></mxCell>
        <mxCell id="re8" value="Nao (novo ciclo com&#10;novos review_notes)" style="edgeStyle=orthogonalEdgeStyle;rounded=0;fontSize=10;exitX=1;exitY=0.5;entryX=1;entryY=0.5;" edge="1" parent="1" source="r_d1" target="r_n3"><mxGeometry relative="1" as="geometry" /></mxCell>
        <mxCell id="re9" value="Sim" style="edgeStyle=orthogonalEdgeStyle;rounded=0;fontSize=11;" edge="1" parent="1" source="r_d1" target="r_n8"><mxGeometry relative="1" as="geometry" /></mxCell>
        <mxCell id="re10" style="edgeStyle=orthogonalEdgeStyle;rounded=0;" edge="1" parent="1" source="r_n8" target="r_n9"><mxGeometry relative="1" as="geometry" /></mxCell>
        <mxCell id="re11" style="edgeStyle=orthogonalEdgeStyle;rounded=0;" edge="1" parent="1" source="r_n9" target="r_d2"><mxGeometry relative="1" as="geometry" /></mxCell>
        <mxCell id="re12" value="Sim" style="edgeStyle=orthogonalEdgeStyle;rounded=0;fontSize=11;" edge="1" parent="1" source="r_d2" target="r_n10"><mxGeometry relative="1" as="geometry" /></mxCell>
        <mxCell id="re13" value="Nao" style="edgeStyle=orthogonalEdgeStyle;rounded=0;fontSize=11;exitX=0;exitY=0.5;entryX=0;entryY=0.5;" edge="1" parent="1" source="r_d2" target="r_end"><mxGeometry relative="1" as="geometry" /></mxCell>
        <mxCell id="re14" style="edgeStyle=orthogonalEdgeStyle;rounded=0;" edge="1" parent="1" source="r_n10" target="r_end"><mxGeometry relative="1" as="geometry" /></mxCell>
      </root>
    </mxGraphModel>
  </diagram>

  <diagram id="integracoes" name="5 - Integracoes externas">
    <mxGraphModel dx="1200" dy="800" grid="1" gridSize="10" guides="1" tooltips="1" connect="1" arrows="1" fold="1" page="1" pageScale="1" pageWidth="1120" pageHeight="880" math="0" shadow="0">
      <root>
        <mxCell id="0" />
        <mxCell id="1" parent="0" />

        <mxCell id="i_center" value="Agente&#10;(src/aqua_qe_product_owner/)" style="rounded=1;whiteSpace=wrap;fillColor=#dae8fc;strokeColor=#6c8ebf;fontSize=13;fontStyle=1;" vertex="1" parent="1">
          <mxGeometry x="440" y="440" width="280" height="80" as="geometry" />
        </mxCell>
        <mxCell id="i_ollama" value="Ollama local&#10;(host: OLLAMA_BASE_URL)&#10;&#10;mistral - gerador&#10;phi4 - revisor independente&#10;bge-m3 - embeddings" style="rounded=1;whiteSpace=wrap;fillColor=#ffe6cc;strokeColor=#d79b00;fontSize=11;" vertex="1" parent="1">
          <mxGeometry x="80" y="120" width="320" height="140" as="geometry" />
        </mxCell>
        <mxCell id="i_qdrant" value="Qdrant embarcado&#10;(.data/qdrant/, sem servidor)" style="rounded=1;whiteSpace=wrap;fillColor=#ffe6cc;strokeColor=#d79b00;fontSize=11;" vertex="1" parent="1">
          <mxGeometry x="760" y="120" width="300" height="100" as="geometry" />
        </mxCell>
        <mxCell id="i_jira" value="Jira Cloud&#10;REST API v3&#10;Basic Auth (e-mail + API token)&#10;leitura / escrita / criacao" style="rounded=1;whiteSpace=wrap;fillColor=#ffe6cc;strokeColor=#d79b00;fontSize=11;" vertex="1" parent="1">
          <mxGeometry x="80" y="680" width="320" height="120" as="geometry" />
        </mxCell>
        <mxCell id="i_confluence" value="Confluence Cloud&#10;REST API v1&#10;(mesmas credenciais do Jira)&#10;leitura de pagina" style="rounded=1;whiteSpace=wrap;fillColor=#ffe6cc;strokeColor=#d79b00;fontSize=11;" vertex="1" parent="1">
          <mxGeometry x="760" y="680" width="300" height="120" as="geometry" />
        </mxCell>

        <mxCell id="ie1" value="llm_service /&#10;embedding_service" style="edgeStyle=orthogonalEdgeStyle;rounded=0;fontSize=10;" edge="1" parent="1" source="i_center" target="i_ollama"><mxGeometry relative="1" as="geometry" /></mxCell>
        <mxCell id="ie2" value="rag_service" style="edgeStyle=orthogonalEdgeStyle;rounded=0;fontSize=10;" edge="1" parent="1" source="i_center" target="i_qdrant"><mxGeometry relative="1" as="geometry" /></mxCell>
        <mxCell id="ie3" value="jira_service" style="edgeStyle=orthogonalEdgeStyle;rounded=0;fontSize=10;" edge="1" parent="1" source="i_center" target="i_jira"><mxGeometry relative="1" as="geometry" /></mxCell>
        <mxCell id="ie4" value="confluence_service" style="edgeStyle=orthogonalEdgeStyle;rounded=0;fontSize=10;" edge="1" parent="1" source="i_center" target="i_confluence"><mxGeometry relative="1" as="geometry" /></mxCell>
      </root>
    </mxGraphModel>
  </diagram>

  <diagram id="ideiaparaprd" name="6 - Ideia para PRD e Confluence">
    <mxGraphModel dx="1200" dy="800" grid="1" gridSize="10" guides="1" tooltips="1" connect="1" arrows="1" fold="1" page="1" pageScale="1" pageWidth="1150" pageHeight="1320" math="0" shadow="0">
      <root>
        <mxCell id="0" />
        <mxCell id="1" parent="0" />

        <mxCell id="p_n1" value="Ideia informal&#10;(--modo prd)" style="ellipse;whiteSpace=wrap;fillColor=#d5e8d4;strokeColor=#82b366;fontSize=12;" vertex="1" parent="1">
          <mxGeometry x="380" y="40" width="340" height="50" as="geometry" />
        </mxCell>
        <mxCell id="p_n2" value="generate_prd (LLM gerador - mistral)" style="rounded=1;whiteSpace=wrap;fillColor=#dae8fc;strokeColor=#6c8ebf;fontSize=12;" vertex="1" parent="1">
          <mxGeometry x="380" y="120" width="340" height="50" as="geometry" />
        </mxCell>
        <mxCell id="p_n3" value="validate_prd (checklist Python puro)" style="rounded=1;whiteSpace=wrap;fillColor=#dae8fc;strokeColor=#6c8ebf;fontSize=12;" vertex="1" parent="1">
          <mxGeometry x="380" y="200" width="340" height="50" as="geometry" />
        </mxCell>
        <mxCell id="p_d1" value="Passa no&#10;checklist?" style="rhombus;whiteSpace=wrap;fillColor=#ffe6cc;strokeColor=#d79b00;fontSize=12;" vertex="1" parent="1">
          <mxGeometry x="380" y="280" width="340" height="100" as="geometry" />
        </mxCell>
        <mxCell id="p_b1" value="PENDING_CLARIFICATION:&#10;PRD incompleto" style="rounded=1;whiteSpace=wrap;fillColor=#f8cecc;strokeColor=#b85450;dashed=1;fontSize=11;" vertex="1" parent="1">
          <mxGeometry x="760" y="300" width="280" height="60" as="geometry" />
        </mxCell>
        <mxCell id="p_n4" value="review_prd (LLM revisor - phi4)" style="rounded=1;whiteSpace=wrap;fillColor=#dae8fc;strokeColor=#6c8ebf;fontSize=12;" vertex="1" parent="1">
          <mxGeometry x="380" y="410" width="340" height="50" as="geometry" />
        </mxCell>
        <mxCell id="p_d2" value="Aprovado pelo&#10;revisor?" style="rhombus;whiteSpace=wrap;fillColor=#ffe6cc;strokeColor=#d79b00;fontSize=12;" vertex="1" parent="1">
          <mxGeometry x="380" y="490" width="340" height="100" as="geometry" />
        </mxCell>
        <mxCell id="p_b2" value="Ciclo de refinamento:&#10;generate_prd_clarifying_questions -&gt;&#10;resposta humana -&gt; refine_prd -&gt; revalidar" style="shape=process;whiteSpace=wrap;fillColor=#fff2cc;strokeColor=#d6b656;fontSize=11;" vertex="1" parent="1">
          <mxGeometry x="760" y="510" width="280" height="70" as="geometry" />
        </mxCell>
        <mxCell id="p_n5" value="Aceite humano explicito -&gt;&#10;status ACCEPTED, format_prd_markdown" style="rounded=1;whiteSpace=wrap;fillColor=#d5e8d4;strokeColor=#82b366;fontSize=12;fontStyle=1;" vertex="1" parent="1">
          <mxGeometry x="380" y="620" width="340" height="60" as="geometry" />
        </mxCell>
        <mxCell id="p_n6" value="Se --saida: grava o Markdown em arquivo" style="rounded=1;whiteSpace=wrap;fillColor=#dae8fc;strokeColor=#6c8ebf;fontSize=11;dashed=1;" vertex="1" parent="1">
          <mxGeometry x="380" y="710" width="340" height="50" as="geometry" />
        </mxCell>
        <mxCell id="p_d3" value="--publicar-confluence?" style="rhombus;whiteSpace=wrap;fillColor=#ffe6cc;strokeColor=#d79b00;fontSize=12;" vertex="1" parent="1">
          <mxGeometry x="380" y="790" width="340" height="100" as="geometry" />
        </mxCell>
        <mxCell id="p_n7" value="Pergunta titulo -&gt; create_confluence_page&#10;-&gt; URL da pagina retornada" style="rounded=1;whiteSpace=wrap;fillColor=#dae8fc;strokeColor=#6c8ebf;fontSize=11;" vertex="1" parent="1">
          <mxGeometry x="380" y="920" width="340" height="60" as="geometry" />
        </mxCell>
        <mxCell id="p_d4" value="Continuar e gerar o&#10;Epico a partir deste PRD?" style="rhombus;whiteSpace=wrap;fillColor=#ffe6cc;strokeColor=#d79b00;fontSize=12;" vertex="1" parent="1">
          <mxGeometry x="380" y="1010" width="340" height="100" as="geometry" />
        </mxCell>
        <mxCell id="p_n8" value="Ver Diagrama 3:&#10;generate_epic_shape(texto_final) -&gt; ..." style="shape=process;whiteSpace=wrap;fillColor=#fff2cc;strokeColor=#d6b656;fontSize=11;" vertex="1" parent="1">
          <mxGeometry x="380" y="1140" width="340" height="60" as="geometry" />
        </mxCell>
        <mxCell id="p_end" value="Fim" style="ellipse;whiteSpace=wrap;fillColor=#d5e8d4;strokeColor=#82b366;fontSize=12;" vertex="1" parent="1">
          <mxGeometry x="380" y="1230" width="340" height="50" as="geometry" />
        </mxCell>

        <mxCell id="pe1" style="edgeStyle=orthogonalEdgeStyle;rounded=0;" edge="1" parent="1" source="p_n1" target="p_n2"><mxGeometry relative="1" as="geometry" /></mxCell>
        <mxCell id="pe2" style="edgeStyle=orthogonalEdgeStyle;rounded=0;" edge="1" parent="1" source="p_n2" target="p_n3"><mxGeometry relative="1" as="geometry" /></mxCell>
        <mxCell id="pe3" style="edgeStyle=orthogonalEdgeStyle;rounded=0;" edge="1" parent="1" source="p_n3" target="p_d1"><mxGeometry relative="1" as="geometry" /></mxCell>
        <mxCell id="pe4" value="Nao" style="edgeStyle=orthogonalEdgeStyle;rounded=0;fontSize=11;" edge="1" parent="1" source="p_d1" target="p_b1"><mxGeometry relative="1" as="geometry" /></mxCell>
        <mxCell id="pe5" value="Sim" style="edgeStyle=orthogonalEdgeStyle;rounded=0;fontSize=11;" edge="1" parent="1" source="p_d1" target="p_n4"><mxGeometry relative="1" as="geometry" /></mxCell>
        <mxCell id="pe6" style="edgeStyle=orthogonalEdgeStyle;rounded=0;" edge="1" parent="1" source="p_n4" target="p_d2"><mxGeometry relative="1" as="geometry" /></mxCell>
        <mxCell id="pe7" value="Nao" style="edgeStyle=orthogonalEdgeStyle;rounded=0;fontSize=11;" edge="1" parent="1" source="p_d2" target="p_b2"><mxGeometry relative="1" as="geometry" /></mxCell>
        <mxCell id="pe8" value="PRD refinado&#10;(revalidar)" style="edgeStyle=orthogonalEdgeStyle;rounded=0;fontSize=10;exitX=1;exitY=0;entryX=1;entryY=0.5;dashed=1;" edge="1" parent="1" source="p_b2" target="p_d1"><mxGeometry relative="1" as="geometry" /></mxCell>
        <mxCell id="pe9" value="Sim" style="edgeStyle=orthogonalEdgeStyle;rounded=0;fontSize=11;" edge="1" parent="1" source="p_d2" target="p_n5"><mxGeometry relative="1" as="geometry" /></mxCell>
        <mxCell id="pe10" style="edgeStyle=orthogonalEdgeStyle;rounded=0;" edge="1" parent="1" source="p_n5" target="p_n6"><mxGeometry relative="1" as="geometry" /></mxCell>
        <mxCell id="pe11" style="edgeStyle=orthogonalEdgeStyle;rounded=0;" edge="1" parent="1" source="p_n6" target="p_d3"><mxGeometry relative="1" as="geometry" /></mxCell>
        <mxCell id="pe12" value="Sim" style="edgeStyle=orthogonalEdgeStyle;rounded=0;fontSize=11;" edge="1" parent="1" source="p_d3" target="p_n7"><mxGeometry relative="1" as="geometry" /></mxCell>
        <mxCell id="pe13" style="edgeStyle=orthogonalEdgeStyle;rounded=0;" edge="1" parent="1" source="p_n7" target="p_d4"><mxGeometry relative="1" as="geometry" /></mxCell>
        <mxCell id="pe14" value="Nao" style="edgeStyle=orthogonalEdgeStyle;rounded=0;fontSize=11;exitX=0;exitY=0.5;entryX=0;entryY=0.5;" edge="1" parent="1" source="p_d3" target="p_d4"><mxGeometry relative="1" as="geometry" /></mxCell>
        <mxCell id="pe15" value="Sim" style="edgeStyle=orthogonalEdgeStyle;rounded=0;fontSize=11;" edge="1" parent="1" source="p_d4" target="p_n8"><mxGeometry relative="1" as="geometry" /></mxCell>
        <mxCell id="pe16" style="edgeStyle=orthogonalEdgeStyle;rounded=0;" edge="1" parent="1" source="p_n8" target="p_end"><mxGeometry relative="1" as="geometry" /></mxCell>
        <mxCell id="pe17" value="Nao" style="edgeStyle=orthogonalEdgeStyle;rounded=0;fontSize=11;exitX=0;exitY=0.5;entryX=0;entryY=0.5;" edge="1" parent="1" source="p_d4" target="p_end"><mxGeometry relative="1" as="geometry" /></mxCell>
      </root>
    </mxGraphModel>
  </diagram>
</mxfile>
